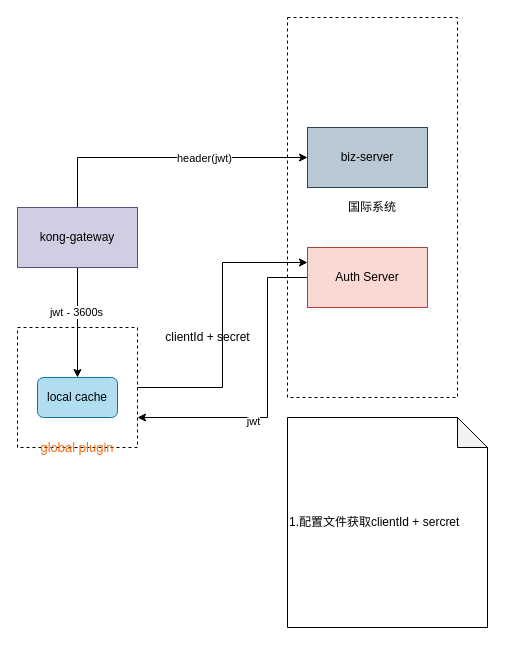
This is itn-jwt.drawio from wssaidong/draw.io, a draw.io file, before an edit. Source tidied: cells renumbered, new cells numbered last; positions are measured from the earlier drawing's top-left corner, leaving out a move shared by most shapes. Both pictures are drawn from the tidied source at 100%, with x=0, y=0 at pixel (17, 17).
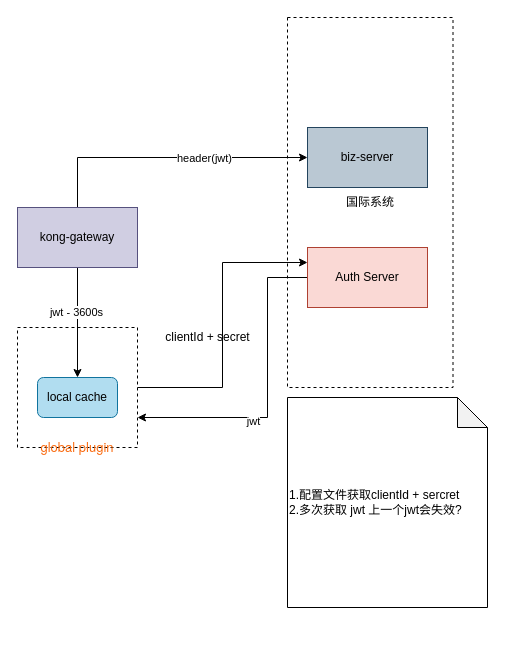
After the change.

The edit, as a diff of the source:
```diff
@@
 <mxGraphModel>
   <root>
     <mxCell id="0" />
     <mxCell id="1" parent="0" />
     <mxCell id="2" style="rounded=0;whiteSpace=wrap;html=1;fillColor=none;dashed=1;" parent="1" vertex="1">
       <mxGeometry y="310" width="120" height="120" as="geometry" />
     </mxCell>
     <mxCell id="3" style="edgeStyle=orthogonalEdgeStyle;rounded=0;jettySize=auto;html=1;exitX=0;exitY=0.5;exitDx=0;exitDy=0;entryX=1;entryY=0.75;entryDx=0;entryDy=0;" parent="1" edge="1" source="5" target="2">
       <mxGeometry relative="1" as="geometry">
         <Array as="points">
           <mxPoint x="250" y="260" />
           <mxPoint x="250" y="400" />
         </Array>
       </mxGeometry>
     </mxCell>
     <mxCell id="4" value="jwt" style="edgeLabel;html=1;align=center;verticalAlign=middle;" parent="3" vertex="1">
       <mxGeometry x="0.26" y="3" relative="1" as="geometry" />
     </mxCell>
     <mxCell id="5" value="Auth Server" style="rounded=0;whiteSpace=wrap;html=1;fillColor=#fad9d5;strokeColor=#ae4132;" parent="1" vertex="1">
       <mxGeometry x="290" y="230" width="120" height="60" as="geometry" />
     </mxCell>
     <mxCell id="6" style="edgeStyle=orthogonalEdgeStyle;rounded=0;jettySize=auto;html=1;exitX=0.5;exitY=1;exitDx=0;exitDy=0;entryX=0.5;entryY=0;entryDx=0;entryDy=0;" parent="1" edge="1" source="10" target="12">
       <mxGeometry relative="1" as="geometry" />
     </mxCell>
     <mxCell id="7" value="jwt - 3600s" style="edgeLabel;html=1;align=center;verticalAlign=middle;" parent="6" vertex="1">
       <mxGeometry x="-0.2" y="-2" relative="1" as="geometry" />
     </mxCell>
     <mxCell id="8" style="edgeStyle=orthogonalEdgeStyle;rounded=0;jettySize=auto;html=1;exitX=0.5;exitY=0;exitDx=0;exitDy=0;entryX=0;entryY=0.5;entryDx=0;entryDy=0;" parent="1" edge="1" source="10" target="13">
       <mxGeometry relative="1" as="geometry" />
     </mxCell>
     <mxCell id="9" value="header(jwt)" style="edgeLabel;html=1;align=center;verticalAlign=middle;" parent="8" vertex="1">
       <mxGeometry x="0.26" relative="1" as="geometry" />
     </mxCell>
     <mxCell id="10" value="kong-gateway" style="rounded=0;whiteSpace=wrap;html=1;fillColor=#d0cee2;strokeColor=#56517e;" parent="1" vertex="1">
       <mxGeometry y="190" width="120" height="60" as="geometry" />
     </mxCell>
     <mxCell id="11" value="clientId + secret" style="text;html=1;align=center;verticalAlign=middle;" parent="1" vertex="1">
       <mxGeometry x="140" y="310" width="100" height="20" as="geometry" />
     </mxCell>
     <mxCell id="12" value="local cache" style="rounded=1;whiteSpace=wrap;html=1;fillColor=#b1ddf0;strokeColor=#10739e;" parent="1" vertex="1">
       <mxGeometry x="20" y="360" width="80" height="40" as="geometry" />
     </mxCell>
     <mxCell id="13" value="biz-server" style="rounded=0;whiteSpace=wrap;html=1;fillColor=#bac8d3;strokeColor=#23445d;" parent="1" vertex="1">
       <mxGeometry x="290" y="110" width="120" height="60" as="geometry" />
     </mxCell>
-    <mxCell id="14" value="1.配置文件获取clientId + sercret" style="shape=note;whiteSpace=wrap;html=1;backgroundOutline=1;darkOpacity=0.05;align=left;" parent="1" vertex="1">
-      <mxGeometry x="270" y="400" width="200" height="210" as="geometry" />
+    <mxCell id="14" value="1.配置文件获取clientId + sercret&lt;br&gt;2.多次获取 jwt 上一个jwt会失效?" style="shape=note;whiteSpace=wrap;html=1;backgroundOutline=1;darkOpacity=0.05;align=left;" parent="1" vertex="1">
+      <mxGeometry x="270" y="380" width="200" height="210" as="geometry" />
     </mxCell>
     <mxCell id="15" style="edgeStyle=orthogonalEdgeStyle;rounded=0;jettySize=auto;html=1;entryX=0;entryY=0.25;entryDx=0;entryDy=0;" parent="1" edge="1" source="2" target="5">
       <mxGeometry relative="1" as="geometry" />
     </mxCell>
     <mxCell id="16" value="&lt;span class=&quot;dictBing-SentenceItem_HL&quot; style=&quot;color: rgb(249 , 105 , 14) ; font-family: &amp;#34;helvetica neue&amp;#34; , &amp;#34;helvetica&amp;#34; , &amp;#34;arial&amp;#34; , &amp;#34;hiragino sans gb&amp;#34; , &amp;#34;hiragino sans gb w3&amp;#34; , &amp;#34;microsoft yahei ui&amp;#34; , &amp;#34;microsoft yahei&amp;#34; , sans-serif ; font-size: 13px ; text-align: left&quot;&gt;global&lt;/span&gt;&lt;span class=&quot;client_sen_word&quot; style=&quot;color: rgb(51 , 51 , 51) ; font-family: &amp;#34;helvetica neue&amp;#34; , &amp;#34;helvetica&amp;#34; , &amp;#34;arial&amp;#34; , &amp;#34;hiragino sans gb&amp;#34; , &amp;#34;hiragino sans gb w3&amp;#34; , &amp;#34;microsoft yahei ui&amp;#34; , &amp;#34;microsoft yahei&amp;#34; , sans-serif ; font-size: 13px ; text-align: left&quot;&gt;&amp;nbsp;&lt;/span&gt;&lt;span class=&quot;dictBing-SentenceItem_HL&quot; style=&quot;color: rgb(249 , 105 , 14) ; font-family: &amp;#34;helvetica neue&amp;#34; , &amp;#34;helvetica&amp;#34; , &amp;#34;arial&amp;#34; , &amp;#34;hiragino sans gb&amp;#34; , &amp;#34;hiragino sans gb w3&amp;#34; , &amp;#34;microsoft yahei ui&amp;#34; , &amp;#34;microsoft yahei&amp;#34; , sans-serif ; font-size: 13px ; text-align: left&quot;&gt;plugin&lt;/span&gt;" style="text;html=1;strokeColor=none;fillColor=none;align=center;verticalAlign=middle;whiteSpace=wrap;rounded=0;dashed=1;" parent="1" vertex="1">
       <mxGeometry x="40" y="420" width="40" height="20" as="geometry" />
     </mxCell>
     <mxCell id="17" value="国际系统" style="rounded=0;whiteSpace=wrap;html=1;dashed=1;fillColor=none;" parent="1" vertex="1">
-      <mxGeometry x="270" width="170" height="380" as="geometry" />
+      <mxGeometry x="270" width="165.5" height="370" as="geometry" />
     </mxCell>
   </root>
 </mxGraphModel>
```
